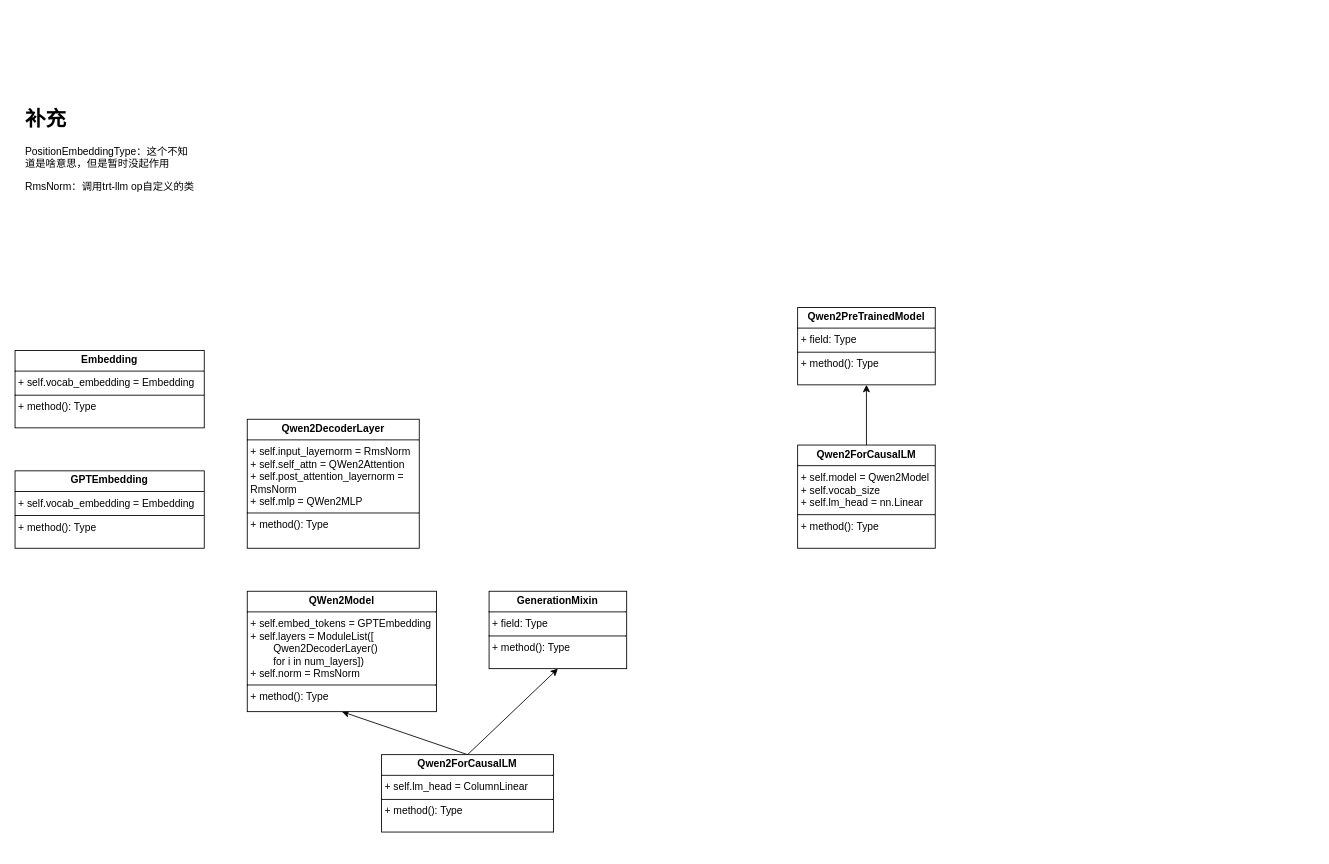
Above: qwen1.5_tllm_model.drawio in ZackWan/- (draw.io), before the change. Source tidied: cells renumbered, new cells numbered last; positions are measured from the earlier drawing's top-left corner, leaving out a move shared by most shapes. Both pictures are drawn from the tidied source at 86%, with x=0, y=0 at pixel (15, 101).
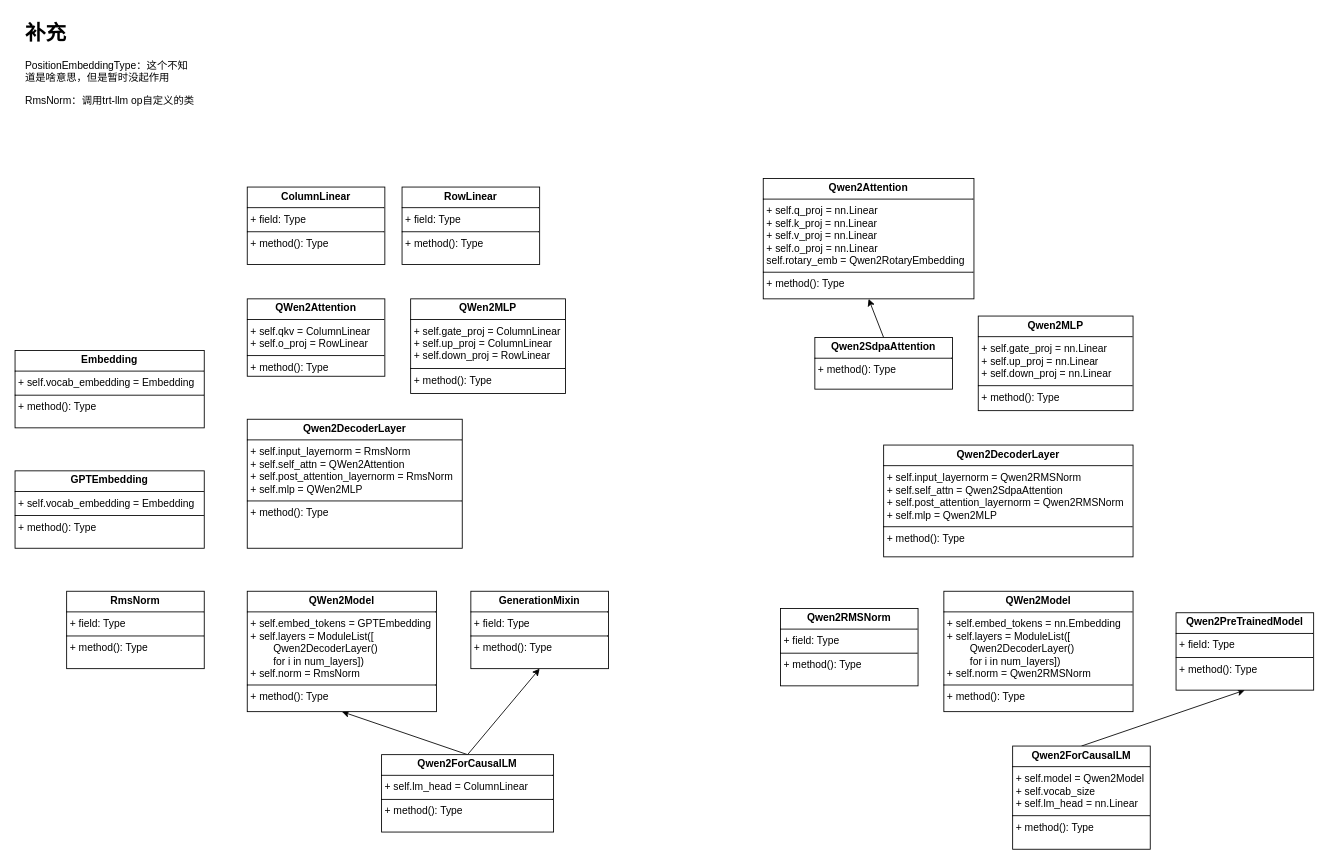
The same page after the edit.

What changed in the source:
```diff
@@
     <mxCell id="6" value="&lt;p style=&quot;margin:0px;margin-top:4px;text-align:center;&quot;&gt;&lt;span style=&quot;background-color: initial; text-align: left;&quot;&gt;&lt;b&gt;GenerationMixin&lt;/b&gt;&lt;/span&gt;&lt;/p&gt;&lt;hr size=&quot;1&quot; style=&quot;border-style:solid;&quot;&gt;&lt;p style=&quot;margin:0px;margin-left:4px;&quot;&gt;+ field: Type&lt;/p&gt;&lt;hr size=&quot;1&quot; style=&quot;border-style:solid;&quot;&gt;&lt;p style=&quot;margin:0px;margin-left:4px;&quot;&gt;+ method(): Type&lt;/p&gt;" style="verticalAlign=top;align=left;overflow=fill;html=1;whiteSpace=wrap;" parent="1" vertex="1">
-      <mxGeometry x="551.2" y="570" width="160" height="90" as="geometry" />
+      <mxGeometry x="530" y="570" width="160" height="90" as="geometry" />
     </mxCell>
@@
     <mxCell id="8" value="&lt;p style=&quot;margin:0px;margin-top:4px;text-align:center;&quot;&gt;&lt;span style=&quot;background-color: initial; text-align: left;&quot;&gt;&lt;b&gt;Qwen2ForCausalLM&lt;/b&gt;&lt;/span&gt;&lt;/p&gt;&lt;hr size=&quot;1&quot; style=&quot;border-style:solid;&quot;&gt;&lt;p style=&quot;margin:0px;margin-left:4px;&quot;&gt;+ self.model&amp;nbsp;= Qwen2Model&lt;/p&gt;&lt;p style=&quot;margin:0px;margin-left:4px;&quot;&gt;+ self.vocab_size&lt;/p&gt;&lt;p style=&quot;margin:0px;margin-left:4px;&quot;&gt;+ self.lm_head =&amp;nbsp;nn.Linear&lt;/p&gt;&lt;hr size=&quot;1&quot; style=&quot;border-style:solid;&quot;&gt;&lt;p style=&quot;margin:0px;margin-left:4px;&quot;&gt;+ method(): Type&lt;/p&gt;" style="verticalAlign=top;align=left;overflow=fill;html=1;whiteSpace=wrap;" parent="1" vertex="1">
-      <mxGeometry x="910" y="400" width="160" height="120" as="geometry" />
+      <mxGeometry x="1160" y="750" width="160" height="120" as="geometry" />
     </mxCell>
     <mxCell id="9" value="&lt;p style=&quot;margin:0px;margin-top:4px;text-align:center;&quot;&gt;&lt;span style=&quot;background-color: initial; text-align: left;&quot;&gt;&lt;b&gt;Qwen2PreTrainedModel&lt;/b&gt;&lt;/span&gt;&lt;/p&gt;&lt;hr size=&quot;1&quot; style=&quot;border-style:solid;&quot;&gt;&lt;p style=&quot;margin:0px;margin-left:4px;&quot;&gt;+ field: Type&lt;/p&gt;&lt;hr size=&quot;1&quot; style=&quot;border-style:solid;&quot;&gt;&lt;p style=&quot;margin:0px;margin-left:4px;&quot;&gt;+ method(): Type&lt;/p&gt;" style="verticalAlign=top;align=left;overflow=fill;html=1;whiteSpace=wrap;" parent="1" vertex="1">
-      <mxGeometry x="910" y="240" width="160" height="90" as="geometry" />
+      <mxGeometry x="1350" y="595" width="160" height="90" as="geometry" />
     </mxCell>
@@
     <mxCell id="12" value="&lt;p style=&quot;margin:0px;margin-top:4px;text-align:center;&quot;&gt;&lt;span style=&quot;background-color: initial; text-align: left;&quot;&gt;&lt;b&gt;Qwen2DecoderLayer&lt;/b&gt;&lt;/span&gt;&lt;/p&gt;&lt;hr size=&quot;1&quot; style=&quot;border-style:solid;&quot;&gt;&lt;p style=&quot;margin:0px;margin-left:4px;&quot;&gt;+&amp;nbsp;self.input_layernorm = RmsNorm&lt;/p&gt;&lt;p style=&quot;margin:0px;margin-left:4px;&quot;&gt;+&amp;nbsp;self.self_attn = QWen2Attention&lt;/p&gt;&lt;p style=&quot;margin:0px;margin-left:4px;&quot;&gt;+&amp;nbsp;&lt;span style=&quot;background-color: initial;&quot;&gt;self.post_attention_layernorm = RmsNorm&lt;/span&gt;&lt;/p&gt;&lt;p style=&quot;margin:0px;margin-left:4px;&quot;&gt;&lt;span style=&quot;background-color: initial;&quot;&gt;+&amp;nbsp;&lt;/span&gt;&lt;span style=&quot;background-color: initial;&quot;&gt;self.mlp = QWen2MLP&lt;/span&gt;&lt;/p&gt;&lt;hr size=&quot;1&quot; style=&quot;border-style:solid;&quot;&gt;&lt;p style=&quot;margin:0px;margin-left:4px;&quot;&gt;+ method(): Type&lt;/p&gt;" style="verticalAlign=top;align=left;overflow=fill;html=1;whiteSpace=wrap;" parent="1" vertex="1">
-      <mxGeometry x="270" y="370" width="200" height="150" as="geometry" />
+      <mxGeometry x="270" y="370" width="250" height="150" as="geometry" />
     </mxCell>
     <mxCell id="13" value="&lt;h1 style=&quot;margin-top: 0px;&quot;&gt;补充&lt;/h1&gt;&lt;p&gt;PositionEmbeddingType：这个不知道是啥意思，但是暂时没起作用&lt;/p&gt;&lt;p&gt;RmsNorm：调用trt-llm op自定义的类&lt;/p&gt;&lt;p&gt;&lt;br&gt;&lt;/p&gt;" style="text;html=1;whiteSpace=wrap;overflow=hidden;rounded=0;" parent="1" vertex="1">
-      <mxGeometry x="10" width="200" height="180" as="geometry" />
+      <mxGeometry x="10" y="-100" width="200" height="180" as="geometry" />
     </mxCell>
+    <mxCell id="14" value="&lt;p style=&quot;margin:0px;margin-top:4px;text-align:center;&quot;&gt;&lt;span style=&quot;background-color: initial; text-align: left;&quot;&gt;&lt;b&gt;QWen2Attention&lt;/b&gt;&lt;/span&gt;&lt;/p&gt;&lt;hr size=&quot;1&quot; style=&quot;border-style:solid;&quot;&gt;&lt;p style=&quot;margin:0px;margin-left:4px;&quot;&gt;+&amp;nbsp;self.qkv = ColumnLinear&lt;/p&gt;&lt;p style=&quot;margin:0px;margin-left:4px;&quot;&gt;+&amp;nbsp;self.o_proj = RowLinear&lt;/p&gt;&lt;hr size=&quot;1&quot; style=&quot;border-style:solid;&quot;&gt;&lt;p style=&quot;margin:0px;margin-left:4px;&quot;&gt;+ method(): Type&lt;/p&gt;" style="verticalAlign=top;align=left;overflow=fill;html=1;whiteSpace=wrap;" parent="1" vertex="1">
+      <mxGeometry x="270" y="230" width="160" height="90" as="geometry" />
+    </mxCell>
+    <mxCell id="15" value="&lt;p style=&quot;text-align: center; margin: 4px 0px 0px;&quot;&gt;&lt;b&gt;RmsNorm&lt;/b&gt;&lt;br&gt;&lt;/p&gt;&lt;hr size=&quot;1&quot; style=&quot;border-style:solid;&quot;&gt;&lt;p style=&quot;margin:0px;margin-left:4px;&quot;&gt;+ field: Type&lt;/p&gt;&lt;hr size=&quot;1&quot; style=&quot;border-style:solid;&quot;&gt;&lt;p style=&quot;margin:0px;margin-left:4px;&quot;&gt;+ method(): Type&lt;/p&gt;" style="verticalAlign=top;align=left;overflow=fill;html=1;whiteSpace=wrap;" parent="1" vertex="1">
+      <mxGeometry x="60" y="570" width="160" height="90" as="geometry" />
+    </mxCell>
+    <mxCell id="16" value="&lt;p style=&quot;margin:0px;margin-top:4px;text-align:center;&quot;&gt;&lt;span style=&quot;background-color: initial; text-align: left;&quot;&gt;&lt;b&gt;QWen2MLP&lt;/b&gt;&lt;/span&gt;&lt;/p&gt;&lt;hr size=&quot;1&quot; style=&quot;border-style:solid;&quot;&gt;&lt;p style=&quot;margin:0px;margin-left:4px;&quot;&gt;+ self.gate_proj = ColumnLinear&lt;/p&gt;&lt;p style=&quot;margin:0px;margin-left:4px;&quot;&gt;+&amp;nbsp;self.up_proj = ColumnLinear&lt;/p&gt;&lt;p style=&quot;margin:0px;margin-left:4px;&quot;&gt;+&amp;nbsp;self.down_proj = RowLinear&lt;/p&gt;&lt;hr size=&quot;1&quot; style=&quot;border-style:solid;&quot;&gt;&lt;p style=&quot;margin:0px;margin-left:4px;&quot;&gt;+ method(): Type&lt;/p&gt;" style="verticalAlign=top;align=left;overflow=fill;html=1;whiteSpace=wrap;" parent="1" vertex="1">
+      <mxGeometry x="460" y="230" width="180" height="110" as="geometry" />
+    </mxCell>
+    <mxCell id="17" value="&lt;p style=&quot;margin:0px;margin-top:4px;text-align:center;&quot;&gt;&lt;span style=&quot;background-color: initial; text-align: left;&quot;&gt;&lt;b&gt;ColumnLinear&lt;/b&gt;&lt;/span&gt;&lt;/p&gt;&lt;hr size=&quot;1&quot; style=&quot;border-style:solid;&quot;&gt;&lt;p style=&quot;margin:0px;margin-left:4px;&quot;&gt;+ field: Type&lt;/p&gt;&lt;hr size=&quot;1&quot; style=&quot;border-style:solid;&quot;&gt;&lt;p style=&quot;margin:0px;margin-left:4px;&quot;&gt;+ method(): Type&lt;/p&gt;" style="verticalAlign=top;align=left;overflow=fill;html=1;whiteSpace=wrap;" parent="1" vertex="1">
+      <mxGeometry x="270" y="100" width="160" height="90" as="geometry" />
+    </mxCell>
+    <mxCell id="18" value="&lt;p style=&quot;margin:0px;margin-top:4px;text-align:center;&quot;&gt;&lt;span style=&quot;background-color: initial; text-align: left;&quot;&gt;&lt;b&gt;RowLinear&lt;/b&gt;&lt;/span&gt;&lt;/p&gt;&lt;hr size=&quot;1&quot; style=&quot;border-style:solid;&quot;&gt;&lt;p style=&quot;margin:0px;margin-left:4px;&quot;&gt;+ field: Type&lt;/p&gt;&lt;hr size=&quot;1&quot; style=&quot;border-style:solid;&quot;&gt;&lt;p style=&quot;margin:0px;margin-left:4px;&quot;&gt;+ method(): Type&lt;/p&gt;" style="verticalAlign=top;align=left;overflow=fill;html=1;whiteSpace=wrap;" parent="1" vertex="1">
+      <mxGeometry x="450" y="100" width="160" height="90" as="geometry" />
+    </mxCell>
+    <mxCell id="19" value="&lt;p style=&quot;margin:0px;margin-top:4px;text-align:center;&quot;&gt;&lt;span style=&quot;background-color: initial; text-align: left;&quot;&gt;&lt;b&gt;QWen2Model&lt;/b&gt;&lt;/span&gt;&lt;/p&gt;&lt;hr size=&quot;1&quot; style=&quot;border-style:solid;&quot;&gt;&lt;p style=&quot;margin:0px;margin-left:4px;&quot;&gt;+ self.embed_tokens = nn.Embedding&lt;/p&gt;&lt;p style=&quot;margin:0px;margin-left:4px;&quot;&gt;+&amp;nbsp;&lt;span style=&quot;background-color: initial;&quot;&gt;self.layers = ModuleList([&lt;/span&gt;&lt;/p&gt;&lt;p style=&quot;margin:0px;margin-left:4px;&quot;&gt;&lt;span style=&quot;background-color: initial;&quot;&gt;&lt;span style=&quot;white-space: pre;&quot;&gt;&#9;&lt;/span&gt;Qwen2DecoderLayer()&lt;/span&gt;&lt;/p&gt;&lt;p style=&quot;margin:0px;margin-left:4px;&quot;&gt;&lt;span style=&quot;background-color: initial;&quot;&gt;&lt;span style=&quot;white-space: pre;&quot;&gt;&#9;&lt;/span&gt;for i in num_layers&lt;/span&gt;&lt;span style=&quot;background-color: initial;&quot;&gt;])&lt;/span&gt;&lt;/p&gt;&lt;p style=&quot;margin:0px;margin-left:4px;&quot;&gt;&lt;span style=&quot;background-color: initial;&quot;&gt;+ self.norm = Qwen2RMSNorm&lt;br&gt;&lt;/span&gt;&lt;/p&gt;&lt;hr size=&quot;1&quot; style=&quot;border-style:solid;&quot;&gt;&lt;p style=&quot;margin:0px;margin-left:4px;&quot;&gt;+ method(): Type&lt;/p&gt;" style="verticalAlign=top;align=left;overflow=fill;html=1;whiteSpace=wrap;" parent="1" vertex="1">
+      <mxGeometry x="1080" y="570" width="220" height="140" as="geometry" />
+    </mxCell>
+    <mxCell id="20" value="&lt;p style=&quot;margin:0px;margin-top:4px;text-align:center;&quot;&gt;&lt;span style=&quot;background-color: initial; text-align: left;&quot;&gt;&lt;b&gt;Qwen2DecoderLayer&lt;/b&gt;&lt;/span&gt;&lt;/p&gt;&lt;hr size=&quot;1&quot; style=&quot;border-style:solid;&quot;&gt;&lt;p style=&quot;margin:0px;margin-left:4px;&quot;&gt;+&amp;nbsp;self.input_layernorm =&amp;nbsp;&lt;span style=&quot;background-color: initial;&quot;&gt;Qwen2RMSNorm&lt;/span&gt;&lt;/p&gt;&lt;p style=&quot;margin:0px;margin-left:4px;&quot;&gt;+&amp;nbsp;self.self_attn =&amp;nbsp;Qwen2SdpaAttention&lt;/p&gt;&lt;p style=&quot;margin:0px;margin-left:4px;&quot;&gt;+&amp;nbsp;&lt;span style=&quot;background-color: initial;&quot;&gt;self.post_attention_layernorm =&amp;nbsp;&lt;/span&gt;&lt;span style=&quot;background-color: initial;&quot;&gt;Qwen2RMSNorm&lt;/span&gt;&lt;/p&gt;&lt;p style=&quot;margin:0px;margin-left:4px;&quot;&gt;&lt;span style=&quot;background-color: initial;&quot;&gt;+&amp;nbsp;&lt;/span&gt;&lt;span style=&quot;background-color: initial;&quot;&gt;self.mlp = Qwen2MLP&lt;/span&gt;&lt;/p&gt;&lt;hr size=&quot;1&quot; style=&quot;border-style:solid;&quot;&gt;&lt;p style=&quot;margin:0px;margin-left:4px;&quot;&gt;+ method(): Type&lt;/p&gt;" style="verticalAlign=top;align=left;overflow=fill;html=1;whiteSpace=wrap;" parent="1" vertex="1">
+      <mxGeometry x="1010" y="400" width="290" height="130" as="geometry" />
+    </mxCell>
+    <mxCell id="21" style="rounded=0;jettySize=auto;html=1;exitX=0.5;exitY=0;exitDx=0;exitDy=0;entryX=0.5;entryY=1;entryDx=0;entryDy=0;" parent="1" edge="1" source="22" target="24">
+      <mxGeometry relative="1" as="geometry" />
+    </mxCell>
+    <mxCell id="22" value="&lt;p style=&quot;margin:0px;margin-top:4px;text-align:center;&quot;&gt;&lt;span style=&quot;background-color: initial; text-align: left;&quot;&gt;&lt;b&gt;Qwen2SdpaAttention&lt;/b&gt;&lt;/span&gt;&lt;/p&gt;&lt;hr size=&quot;1&quot; style=&quot;border-style:solid;&quot;&gt;&lt;p style=&quot;margin:0px;margin-left:4px;&quot;&gt;+ method(): Type&lt;/p&gt;" style="verticalAlign=top;align=left;overflow=fill;html=1;whiteSpace=wrap;" parent="1" vertex="1">
+      <mxGeometry x="930" y="275" width="160" height="60" as="geometry" />
+    </mxCell>
+    <mxCell id="23" value="&lt;p style=&quot;margin:0px;margin-top:4px;text-align:center;&quot;&gt;&lt;span style=&quot;background-color: initial; text-align: left;&quot;&gt;&lt;b&gt;Qwen2MLP&lt;/b&gt;&lt;/span&gt;&lt;/p&gt;&lt;hr size=&quot;1&quot; style=&quot;border-style:solid;&quot;&gt;&lt;p style=&quot;margin:0px;margin-left:4px;&quot;&gt;+ self.gate_proj =&amp;nbsp;nn.Linear&lt;/p&gt;&lt;p style=&quot;margin:0px;margin-left:4px;&quot;&gt;+&amp;nbsp;self.up_proj =&amp;nbsp;nn.Linear&lt;/p&gt;&lt;p style=&quot;margin:0px;margin-left:4px;&quot;&gt;+&amp;nbsp;self.down_proj =&amp;nbsp;nn.Linear&lt;/p&gt;&lt;hr size=&quot;1&quot; style=&quot;border-style:solid;&quot;&gt;&lt;p style=&quot;margin:0px;margin-left:4px;&quot;&gt;+ method(): Type&lt;/p&gt;" style="verticalAlign=top;align=left;overflow=fill;html=1;whiteSpace=wrap;" parent="1" vertex="1">
+      <mxGeometry x="1120" y="250" width="180" height="110" as="geometry" />
+    </mxCell>
+    <mxCell id="24" value="&lt;p style=&quot;margin:0px;margin-top:4px;text-align:center;&quot;&gt;&lt;span style=&quot;background-color: initial; text-align: left;&quot;&gt;&lt;b&gt;Qwen2Attention&lt;/b&gt;&lt;/span&gt;&lt;/p&gt;&lt;hr size=&quot;1&quot; style=&quot;border-style:solid;&quot;&gt;&lt;p style=&quot;margin:0px;margin-left:4px;&quot;&gt;+&amp;nbsp;self.q_proj = nn.Linear&lt;/p&gt;&lt;p style=&quot;margin:0px;margin-left:4px;&quot;&gt;+ self.k_proj = nn.Linear&lt;/p&gt;&lt;p style=&quot;margin:0px;margin-left:4px;&quot;&gt;+&amp;nbsp;self.v_proj = nn.Linear&lt;/p&gt;&lt;p style=&quot;margin:0px;margin-left:4px;&quot;&gt;+&amp;nbsp;self.o_proj =&amp;nbsp;&lt;span style=&quot;background-color: initial;&quot;&gt;nn.Linear&lt;/span&gt;&lt;/p&gt;&lt;p style=&quot;margin:0px;margin-left:4px;&quot;&gt;self.rotary_emb = Qwen2RotaryEmbedding&lt;br&gt;&lt;/p&gt;&lt;hr size=&quot;1&quot; style=&quot;border-style:solid;&quot;&gt;&lt;p style=&quot;margin:0px;margin-left:4px;&quot;&gt;+ method(): Type&lt;/p&gt;" style="verticalAlign=top;align=left;overflow=fill;html=1;whiteSpace=wrap;" parent="1" vertex="1">
+      <mxGeometry x="870" y="90" width="245" height="140" as="geometry" />
+    </mxCell>
+    <mxCell id="25" value="&lt;p style=&quot;text-align: center; margin: 4px 0px 0px;&quot;&gt;&lt;b&gt;Qwen2RMSNorm&lt;/b&gt;&lt;br&gt;&lt;/p&gt;&lt;hr size=&quot;1&quot; style=&quot;border-style:solid;&quot;&gt;&lt;p style=&quot;margin:0px;margin-left:4px;&quot;&gt;+ field: Type&lt;/p&gt;&lt;hr size=&quot;1&quot; style=&quot;border-style:solid;&quot;&gt;&lt;p style=&quot;margin:0px;margin-left:4px;&quot;&gt;+ method(): Type&lt;/p&gt;" style="verticalAlign=top;align=left;overflow=fill;html=1;whiteSpace=wrap;" parent="1" vertex="1">
+      <mxGeometry x="890" y="590" width="160" height="90" as="geometry" />
+    </mxCell>
```
